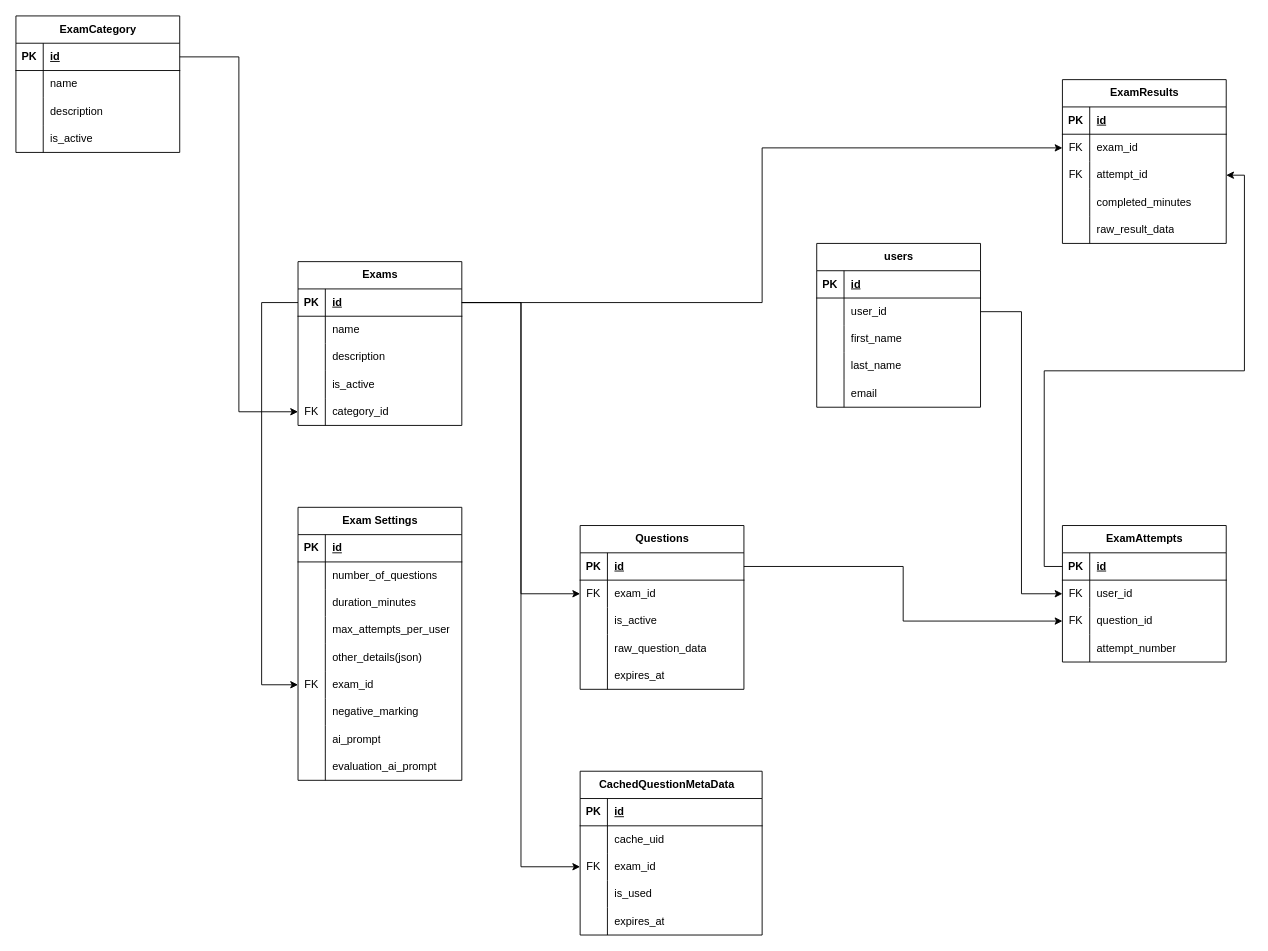
Earlier version of the draw.io diagram page "db schema" (4 of 4) of docs/retest.drawio (Anexca/project-kota). Source tidied: cells renumbered, new cells numbered last; positions are measured from the earlier drawing's top-left corner, leaving out a move shared by most shapes. Both pictures are drawn from the tidied source at 91%, with x=0, y=0 at pixel (15, 15).
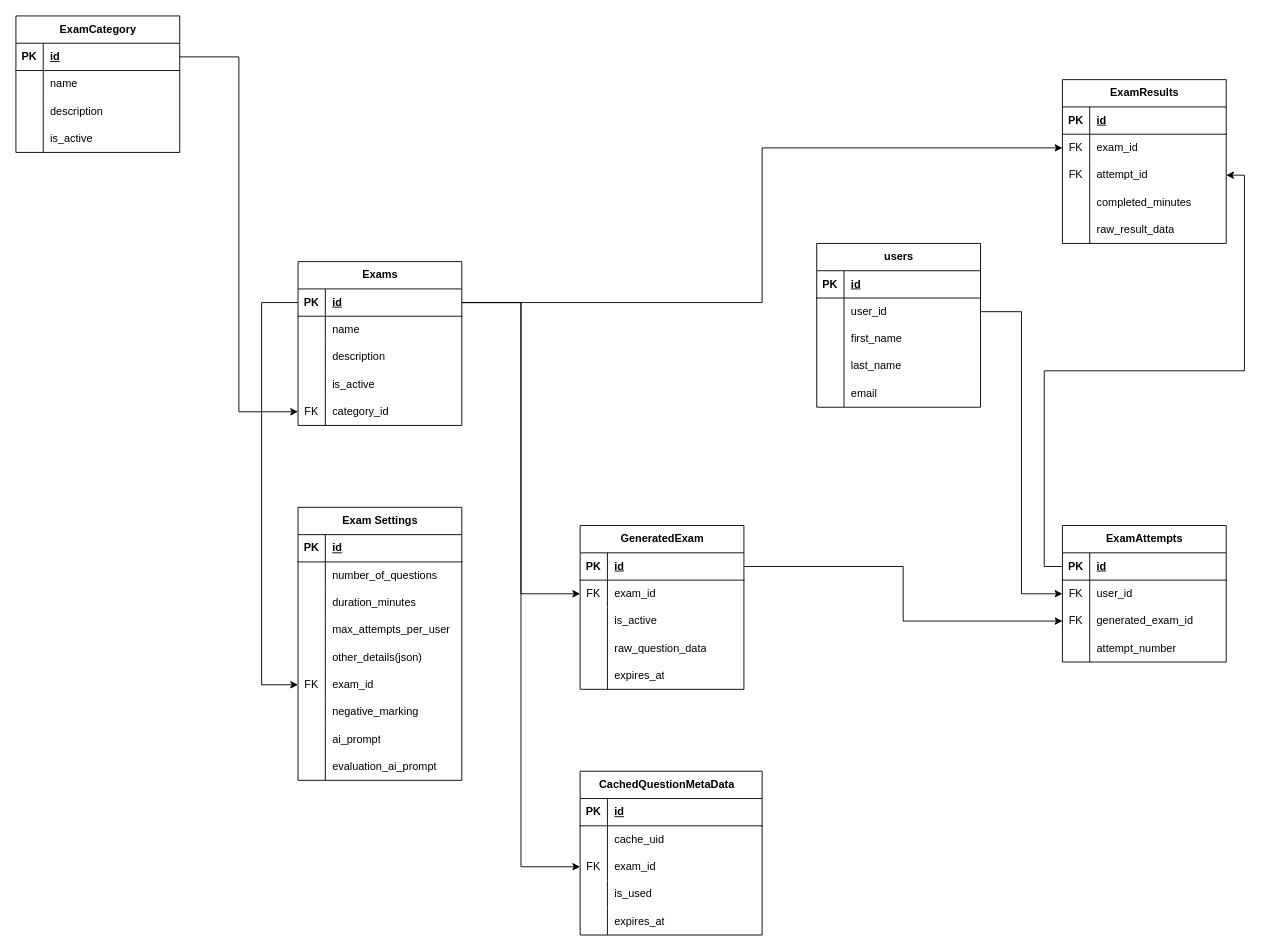
The same page after the edit.

The change refers to these unchanged cells:
```xml
<mxCell id="100" style="shape=tableRow;horizontal=0;startSize=0;swimlaneHead=0;swimlaneBody=0;fillColor=none;points=[[0,0.5],[1,0.5]];portConstraint=eastwest;top=0;left=0;right=0;bottom=0;" parent="93" vertex="1">
  <mxGeometry y="90" width="180" height="30" as="geometry" />
</mxCell>
```

Change to the diagram source:
```diff
@@
-    <mxCell id="76" value="Questions" style="shape=table;startSize=30;childLayout=tableLayout;rowLines=0;fontStyle=1;align=center;html=1;" parent="1" vertex="1">
+    <mxCell id="76" value="GeneratedExam" style="shape=table;startSize=30;childLayout=tableLayout;rowLines=0;fontStyle=1;align=center;html=1;" parent="1" vertex="1">
       <mxGeometry x="620" y="560" width="180" height="180" as="geometry" />
     </mxCell>
@@
-    <mxCell id="102" value="question_id" style="shape=partialRectangle;fillColor=none;top=0;left=0;bottom=0;right=0;align=left;spacingLeft=6;overflow=hidden;whiteSpace=wrap;html=1;" parent="100" vertex="1">
+    <mxCell id="102" value="generated_exam_id" style="shape=partialRectangle;fillColor=none;top=0;left=0;bottom=0;right=0;align=left;spacingLeft=6;overflow=hidden;whiteSpace=wrap;html=1;" parent="100" vertex="1">
       <mxGeometry x="30" width="150" height="30" as="geometry" />
     </mxCell>
```
